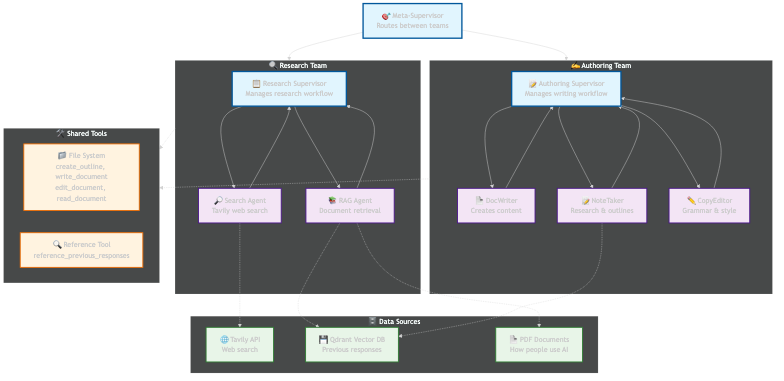
anilsharmay/AI-Engineering-Bootcamp keeps this Mermaid diagram as 06_Multi_Agent_with_LangGraph/diagrams/architecture/multi_agent_architecture.png. Above is the earlier version. Its source is kept beside it as 06_Multi_Agent_with_LangGraph/diagrams/architecture/multi_agent_architecture.mmd.
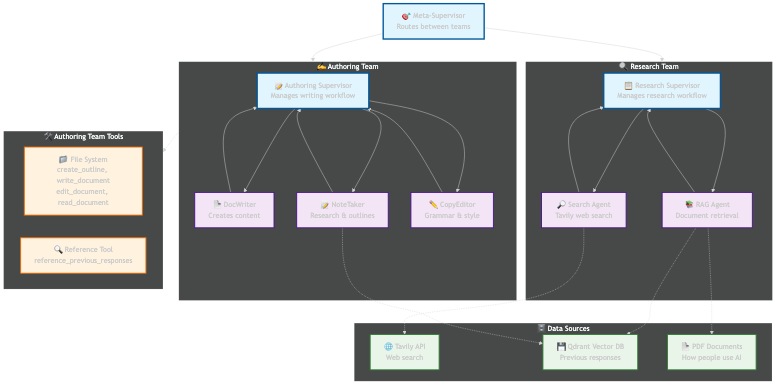
After the change.

Commit message:
Fix multi-agent architecture diagram tool access representation

- Remove incorrect connection from Research Team to file system tools
- Change 'Shared Tools' to 'Authoring Team Tools' for accuracy
- Research Team only has access to Tavily API and RAG (no file system tools)
- Authoring Team has access to file system and reference tools
- Clean top-down layout without spacer nodes
- Diagram now accurately reflects actual code implementation

What changed in the source:
```diff
@@ -32,7 +32,7 @@
         PDFDocs[📄 PDF Documents<br/>How people use AI]
     end
 
-    subgraph Tools["🛠️ Shared Tools"]
+    subgraph Tools["🛠️ Authoring Team Tools"]
         FileSystem[📁 File System<br/>create_outline, write_document<br/>edit_document, read_document]
         ReferenceTool[🔍 Reference Tool<br/>reference_previous_responses]
     end
@@ -43,7 +43,6 @@
     SearchAgent -.-> TavilyAPI
     RAGAgent -.-> PDFDocs
     RAGAgent -.-> QdrantDB
-    ResearchTeam -.-> Tools
 
     AuthoringTeam -.-> Tools
     NoteTaker -.-> QdrantDB
```
